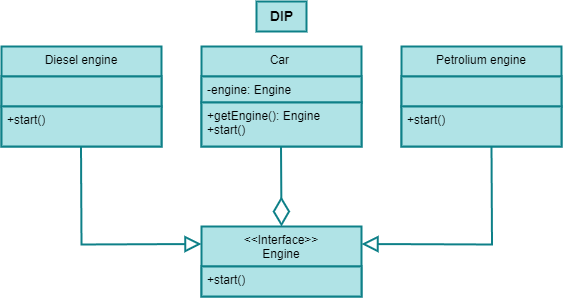
Above: hw03/DIP/DIP.png in PavelVolchenko/SoftwareArchitecture (draw.io), before the change. Source tidied: cells renumbered, new cells last; positions are measured from the earlier drawing's top-left corner, leaving out a move shared by most shapes.
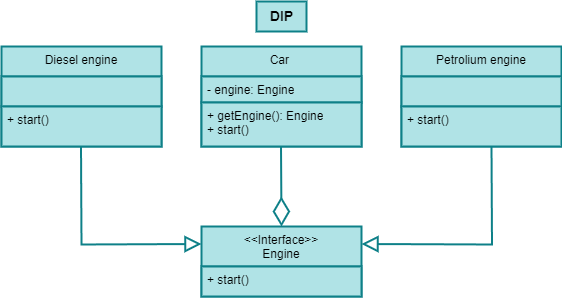
After the change.

Diff of the diagram source:
```diff
@@ -5,16 +5,16 @@
     <mxCell id="2" value="&lt;span style=&quot;font-style: normal;&quot;&gt;Car&amp;nbsp;&lt;br&gt;&lt;/span&gt;" style="swimlane;fontStyle=2;align=center;verticalAlign=top;horizontal=1;startSize=30;rounded=0;shadow=0;strokeWidth=2;labelBackgroundColor=none;labelBorderColor=none;swimlaneLine=1;fixDash=0;backgroundOutline=0;enumerate=0;comic=0;whiteSpace=wrap;html=1;fillColor=#b0e3e6;strokeColor=#0e8088;" parent="1" vertex="1">
       <mxGeometry x="200" y="45" width="160" height="100" as="geometry" />
     </mxCell>
-    <mxCell id="3" value="-engine: Engine&lt;br&gt;" style="text;align=left;verticalAlign=top;spacingLeft=4;spacingRight=4;overflow=hidden;labelBackgroundColor=none;labelBorderColor=none;fontStyle=0;shadow=0;swimlaneLine=1;fixDash=0;backgroundOutline=0;enumerate=0;comic=0;strokeWidth=2;whiteSpace=wrap;html=1;rounded=0;fillColor=#b0e3e6;strokeColor=#0e8088;" parent="2" vertex="1">
+    <mxCell id="3" value="- engine: Engine" style="text;align=left;verticalAlign=top;spacingLeft=4;spacingRight=4;overflow=hidden;labelBackgroundColor=none;labelBorderColor=none;fontStyle=0;shadow=0;swimlaneLine=1;fixDash=0;backgroundOutline=0;enumerate=0;comic=0;strokeWidth=2;whiteSpace=wrap;html=1;rounded=0;fillColor=#b0e3e6;strokeColor=#0e8088;" parent="2" vertex="1">
       <mxGeometry y="30" width="160" height="26" as="geometry" />
     </mxCell>
-    <mxCell id="4" value="+getEngine(): Engine&lt;br&gt;+start()" style="text;align=left;verticalAlign=top;spacingLeft=4;spacingRight=4;overflow=hidden;labelBackgroundColor=none;labelBorderColor=none;fontStyle=0;shadow=0;swimlaneLine=1;fixDash=0;backgroundOutline=0;enumerate=0;comic=0;strokeWidth=2;whiteSpace=wrap;html=1;rounded=0;fillColor=#b0e3e6;strokeColor=#0e8088;" parent="2" vertex="1">
+    <mxCell id="4" value="+ getEngine(): Engine&lt;br&gt;+ start()" style="text;align=left;verticalAlign=top;spacingLeft=4;spacingRight=4;overflow=hidden;labelBackgroundColor=none;labelBorderColor=none;fontStyle=0;shadow=0;swimlaneLine=1;fixDash=0;backgroundOutline=0;enumerate=0;comic=0;strokeWidth=2;whiteSpace=wrap;html=1;rounded=0;fillColor=#b0e3e6;strokeColor=#0e8088;" parent="2" vertex="1">
       <mxGeometry y="56" width="160" height="44" as="geometry" />
     </mxCell>
     <mxCell id="5" value="&lt;span style=&quot;font-style: normal;&quot;&gt;&amp;lt;&amp;lt;Interface&amp;gt;&amp;gt;&lt;br&gt;Engine&lt;/span&gt;" style="swimlane;fontStyle=2;align=center;verticalAlign=top;horizontal=1;startSize=40;rounded=0;shadow=0;strokeWidth=2;labelBackgroundColor=none;labelBorderColor=none;swimlaneLine=1;snapToPoint=0;fixDash=0;backgroundOutline=0;enumerate=0;comic=0;whiteSpace=wrap;html=1;fillColor=#b0e3e6;strokeColor=#0e8088;" parent="1" vertex="1">
       <mxGeometry x="200" y="225" width="160" height="70" as="geometry" />
     </mxCell>
-    <mxCell id="6" value="+start()" style="text;align=left;verticalAlign=top;spacingLeft=4;spacingRight=4;overflow=hidden;labelBackgroundColor=none;labelBorderColor=none;fontStyle=0;shadow=0;swimlaneLine=1;fixDash=0;backgroundOutline=0;enumerate=0;comic=0;strokeWidth=2;whiteSpace=wrap;html=1;rounded=0;fillColor=#b0e3e6;strokeColor=#0e8088;" parent="5" vertex="1">
+    <mxCell id="6" value="+ start()" style="text;align=left;verticalAlign=top;spacingLeft=4;spacingRight=4;overflow=hidden;labelBackgroundColor=none;labelBorderColor=none;fontStyle=0;shadow=0;swimlaneLine=1;fixDash=0;backgroundOutline=0;enumerate=0;comic=0;strokeWidth=2;whiteSpace=wrap;html=1;rounded=0;fillColor=#b0e3e6;strokeColor=#0e8088;" parent="5" vertex="1">
       <mxGeometry y="40" width="160" height="30" as="geometry" />
     </mxCell>
     <mxCell id="7" value="Petrolium engine" style="swimlane;fontStyle=0;align=center;verticalAlign=top;horizontal=1;startSize=30;swimlaneLine=1;swimlaneFillColor=none;rounded=0;glass=0;shadow=0;swimlaneHead=1;swimlaneBody=1;labelBackgroundColor=none;labelBorderColor=none;fixDash=0;backgroundOutline=0;enumerate=0;comic=0;strokeWidth=2;whiteSpace=wrap;html=1;fillColor=#b0e3e6;strokeColor=#0e8088;" parent="1" vertex="1">
@@ -23,7 +23,7 @@
     <mxCell id="8" value="&amp;nbsp;" style="text;align=left;verticalAlign=top;spacingLeft=4;spacingRight=4;overflow=hidden;labelBackgroundColor=none;labelBorderColor=none;fontStyle=0;shadow=0;swimlaneLine=1;fixDash=0;backgroundOutline=0;enumerate=0;comic=0;strokeWidth=2;whiteSpace=wrap;html=1;rounded=0;fillColor=#b0e3e6;strokeColor=#0e8088;" parent="7" vertex="1">
       <mxGeometry y="30" width="160" height="30" as="geometry" />
     </mxCell>
-    <mxCell id="9" value="+start()" style="text;align=left;verticalAlign=top;spacingLeft=4;spacingRight=4;overflow=hidden;labelBackgroundColor=none;labelBorderColor=none;fontStyle=0;shadow=0;swimlaneLine=1;fixDash=0;backgroundOutline=0;enumerate=0;comic=0;strokeWidth=2;whiteSpace=wrap;html=1;rounded=0;fillColor=#b0e3e6;strokeColor=#0e8088;" parent="7" vertex="1">
+    <mxCell id="9" value="+ start()" style="text;align=left;verticalAlign=top;spacingLeft=4;spacingRight=4;overflow=hidden;labelBackgroundColor=none;labelBorderColor=none;fontStyle=0;shadow=0;swimlaneLine=1;fixDash=0;backgroundOutline=0;enumerate=0;comic=0;strokeWidth=2;whiteSpace=wrap;html=1;rounded=0;fillColor=#b0e3e6;strokeColor=#0e8088;" parent="7" vertex="1">
       <mxGeometry y="60" width="160" height="40" as="geometry" />
     </mxCell>
     <mxCell id="10" value="Diesel engine" style="swimlane;fontStyle=0;align=center;verticalAlign=top;horizontal=1;startSize=30;swimlaneLine=1;swimlaneFillColor=none;rounded=0;glass=0;shadow=0;swimlaneHead=1;swimlaneBody=1;labelBackgroundColor=none;labelBorderColor=none;fixDash=0;backgroundOutline=0;enumerate=0;comic=0;strokeWidth=2;whiteSpace=wrap;html=1;fillColor=#b0e3e6;strokeColor=#0e8088;" parent="1" vertex="1">
@@ -32,7 +32,7 @@
     <mxCell id="11" value="&amp;nbsp;" style="text;align=left;verticalAlign=top;spacingLeft=4;spacingRight=4;overflow=hidden;labelBackgroundColor=none;labelBorderColor=none;fontStyle=0;shadow=0;swimlaneLine=1;fixDash=0;backgroundOutline=0;enumerate=0;comic=0;strokeWidth=2;whiteSpace=wrap;html=1;rounded=0;fillColor=#b0e3e6;strokeColor=#0e8088;" parent="10" vertex="1">
       <mxGeometry y="30" width="160" height="30" as="geometry" />
     </mxCell>
-    <mxCell id="12" value="+start()" style="text;align=left;verticalAlign=top;spacingLeft=4;spacingRight=4;overflow=hidden;labelBackgroundColor=none;labelBorderColor=none;fontStyle=0;shadow=0;swimlaneLine=1;fixDash=0;backgroundOutline=0;enumerate=0;comic=0;strokeWidth=2;whiteSpace=wrap;html=1;rounded=0;fillColor=#b0e3e6;strokeColor=#0e8088;" parent="10" vertex="1">
+    <mxCell id="12" value="+ start()" style="text;align=left;verticalAlign=top;spacingLeft=4;spacingRight=4;overflow=hidden;labelBackgroundColor=none;labelBorderColor=none;fontStyle=0;shadow=0;swimlaneLine=1;fixDash=0;backgroundOutline=0;enumerate=0;comic=0;strokeWidth=2;whiteSpace=wrap;html=1;rounded=0;fillColor=#b0e3e6;strokeColor=#0e8088;" parent="10" vertex="1">
       <mxGeometry y="60" width="160" height="40" as="geometry" />
     </mxCell>
     <mxCell id="13" value="DIP" style="text;align=center;verticalAlign=middle;labelBackgroundColor=none;labelBorderColor=none;fontStyle=1;shadow=0;swimlaneLine=1;fixDash=0;backgroundOutline=0;enumerate=0;comic=0;strokeWidth=2;html=1;fontSize=14;rounded=0;fillColor=#b0e3e6;strokeColor=#0e8088;" parent="1" vertex="1">
```
